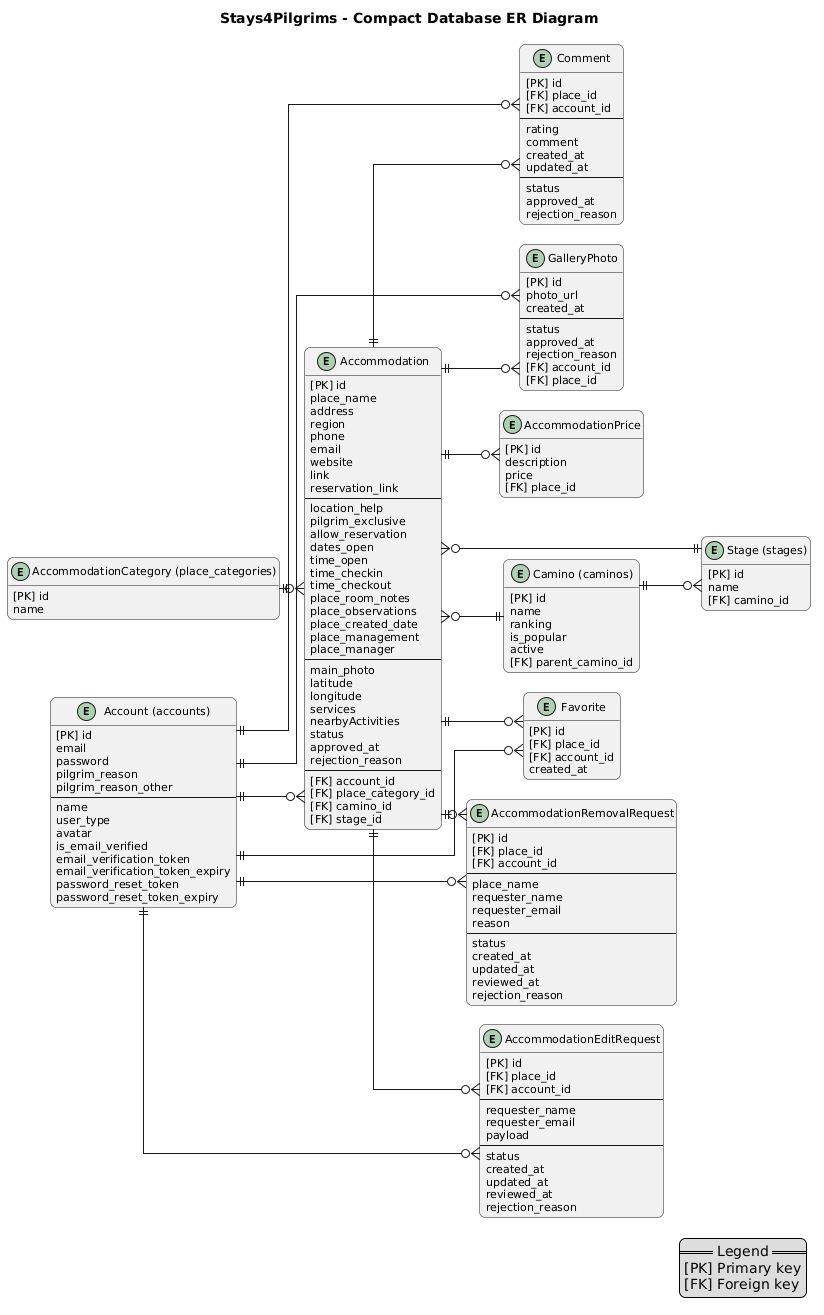
This is docs/diagrams/png/database-er-diagram-compact.png from alegna83/cookbook-be, a PlantUML export, as it was before one commit.
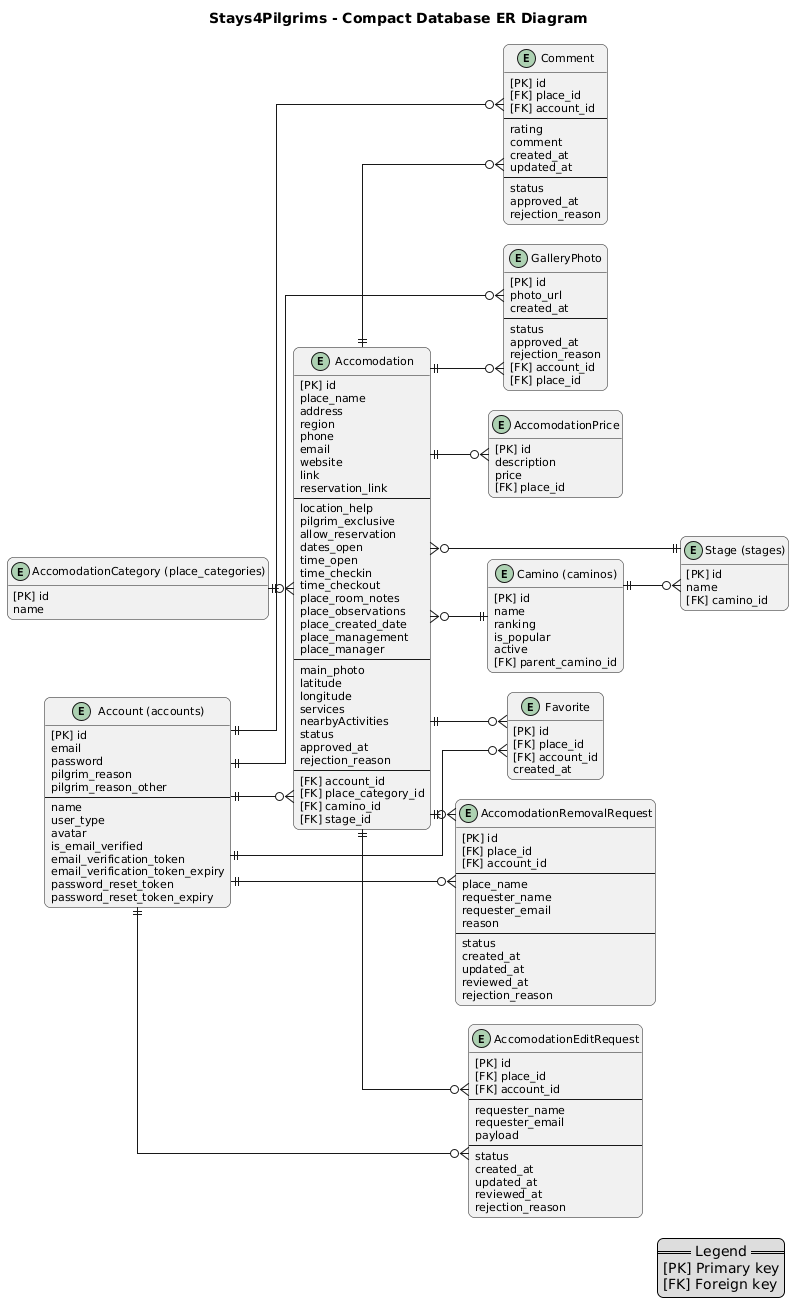
After the commit.

Change to the diagram source:
```diff
@@ -40,7 +40,7 @@
   password_reset_token_expiry
 }
 
-entity "Accommodation" as accommodation {
+entity "Accomodation" as Accomodation {
   [PK] id
   place_name
   address
@@ -79,7 +79,7 @@
   [FK] stage_id
 }
 
-entity "AccommodationCategory (place_categories)" as accommodation_category {
+entity "AccomodationCategory (place_categories)" as Accomodation_category {
   [PK] id
   name
 }
@@ -118,14 +118,14 @@
   created_at
 }
 
-entity "AccommodationPrice" as accommodation_price {
+entity "AccomodationPrice" as Accomodation_price {
   [PK] id
   description
   price
   [FK] place_id
 }
 
-entity "AccommodationRemovalRequest" as accommodation_removal_request {
+entity "AccomodationRemovalRequest" as Accomodation_removal_request {
   [PK] id
   [FK] place_id
   [FK] account_id
@@ -142,7 +142,7 @@
   rejection_reason
 }
 
-entity "AccommodationEditRequest" as accommodation_edit_request {
+entity "AccomodationEditRequest" as Accomodation_edit_request {
   [PK] id
   [FK] place_id
   [FK] account_id
@@ -173,22 +173,22 @@
   [FK] camino_id
 }
 
-account ||--o{ accommodation
+account ||--o{ Accomodation
 account ||--o{ comment
 account ||--o{ gallery_photo
 account ||--o{ favorite
-account ||--o{ accommodation_removal_request
-account ||--o{ accommodation_edit_request
+account ||--o{ Accomodation_removal_request
+account ||--o{ Accomodation_edit_request
 
-accommodation_category ||--o{ accommodation
-accommodation ||--o{ comment
-accommodation ||--o{ gallery_photo
-accommodation ||--o{ favorite
-accommodation ||--o{ accommodation_price
-accommodation ||--o{ accommodation_removal_request
-accommodation ||--o{ accommodation_edit_request
-accommodation }o--|| camino
-accommodation }o--|| stage
+Accomodation_category ||--o{ Accomodation
+Accomodation ||--o{ comment
+Accomodation ||--o{ gallery_photo
+Accomodation ||--o{ favorite
+Accomodation ||--o{ Accomodation_price
+Accomodation ||--o{ Accomodation_removal_request
+Accomodation ||--o{ Accomodation_edit_request
+Accomodation }o--|| camino
+Accomodation }o--|| stage
 
 camino ||--o{ stage
 
```
